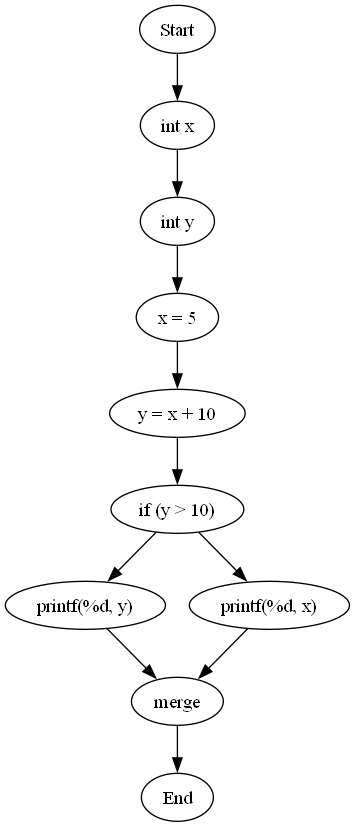
Above: cfg.png in Akshay-X-Raj/Static-Code-Analyzer-for-a-C-like-Language-using-CFG-Based-Data-Flow-Analysis (Graphviz), before the change. Its source is kept beside it as cfg.dot.
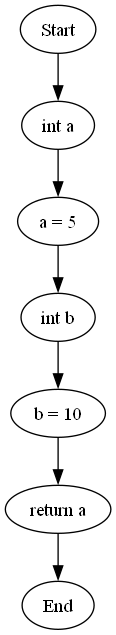
Later version of the same file.

What changed in the source:
```diff
@@ -2,22 +2,15 @@
 node [shape=ellipse];
 0 [label="Start"];
 0 -> 1;
-1 [label="int x"];
+1 [label="int a"];
 1 -> 2;
-2 [label="int y"];
+2 [label="a = 5"];
 2 -> 3;
-3 [label="x = 5"];
+3 [label="int b"];
 3 -> 4;
-4 [label="y = x + 10"];
+4 [label="b = 10"];
 4 -> 5;
-5 [label="if (y > 10)"];
+5 [label="return a"];
 5 -> 6;
-6 [label="printf(%d, y)"];
-6 -> 8;
-8 [label="merge"];
-8 -> 9;
-9 [label="End"];
-5 -> 7;
-7 [label="printf(%d, x)"];
-7 -> 8;
+6 [label="End"];
 }
```
